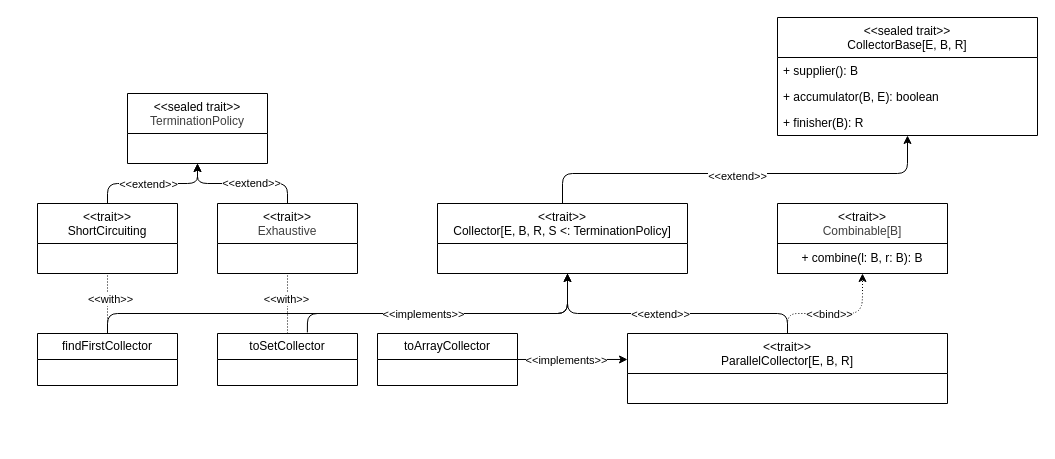
This is relazione/drawio/collector.drawio from leorm2002/stream-fusion, a draw.io file, before an edit. Source tidied: cells renumbered, new cells numbered last; positions are measured from the earlier drawing's top-left corner, leaving out a move shared by most shapes. Both pictures are drawn from the tidied source at 100%, with x=0, y=0 at pixel (37, 17).
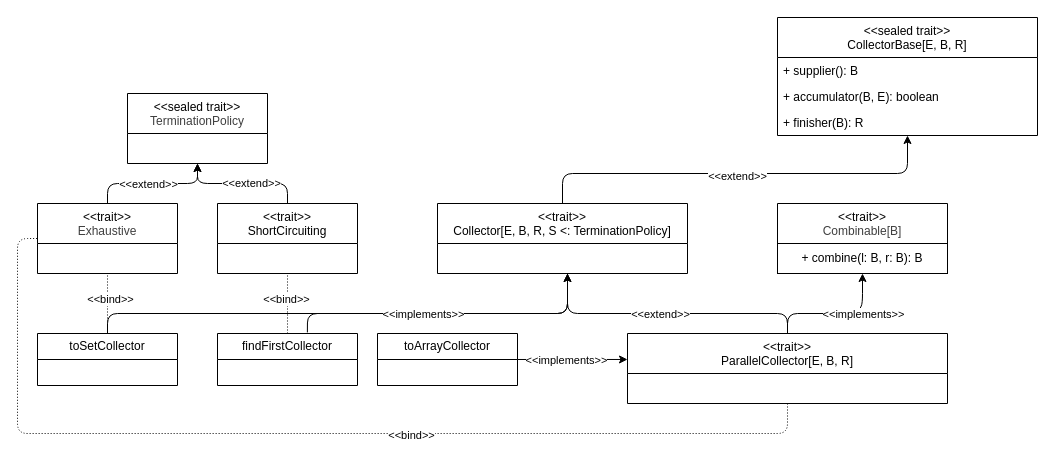
The same page after the edit.

The change refers to these unchanged cells:
```xml
<mxCell id="10" style="edgeStyle=none;html=1;endArrow=none;endFill=0;dashed=1;dashPattern=1 2;" parent="1" edge="1" source="12">
  <mxGeometry relative="1" as="geometry">
    <mxPoint x="250" y="256" as="targetPoint" />
  </mxGeometry>
</mxCell>
<mxCell id="16" style="edgeStyle=none;html=1;entryX=0.5;entryY=1;entryDx=0;entryDy=0;endArrow=none;endFill=0;dashed=1;dashPattern=1 2;" parent="1" edge="1" source="20" target="8">
  <mxGeometry relative="1" as="geometry" />
</mxCell>
<mxCell id="31" value="+ combine(l: B, r: B): B" style="whiteSpace=wrap;html=1;" parent="28" vertex="1">
  <mxGeometry y="40" width="170" height="30" as="geometry" />
</mxCell>
<mxCell id="36" value="&amp;lt;&amp;lt;trait&amp;gt;&amp;gt;&lt;br&gt;&lt;span style=&quot;color: rgb(0, 0, 0);&quot;&gt;ParallelCollector[E, B, R]&lt;/span&gt;" style="swimlane;fontStyle=0;align=center;verticalAlign=top;horizontal=1;startSize=40;html=1;whiteSpace=wrap;" parent="1" vertex="1">
  <mxGeometry x="590" y="316" width="320" height="70" as="geometry" />
</mxCell>
```

The edit, as a diff of the source:
```diff
@@
-    <mxCell id="5" value="&amp;lt;&amp;lt;trait&amp;gt;&amp;gt;&lt;br&gt;&lt;span style=&quot;color: rgb(63, 63, 63);&quot;&gt;Exhaustive&lt;/span&gt;" style="swimlane;fontStyle=0;align=center;verticalAlign=top;horizontal=1;startSize=40;html=1;whiteSpace=wrap;" parent="1" vertex="1">
+    <mxCell id="5" value="&amp;lt;&amp;lt;trait&amp;gt;&amp;gt;&lt;br&gt;&lt;span style=&quot;color: rgb(63, 63, 63);&quot;&gt;&lt;span style=&quot;color: rgb(0, 0, 0);&quot;&gt;ShortCircuiting&lt;/span&gt;&lt;/span&gt;" style="swimlane;fontStyle=0;align=center;verticalAlign=top;horizontal=1;startSize=40;html=1;whiteSpace=wrap;" parent="1" vertex="1">
       <mxGeometry x="180" y="186" width="140" height="70" as="geometry" />
     </mxCell>
@@
-    <mxCell id="8" value="&amp;lt;&amp;lt;trait&amp;gt;&amp;gt;&lt;br&gt;&lt;span style=&quot;color: rgb(0, 0, 0);&quot;&gt;ShortCircuiting&lt;/span&gt;" style="swimlane;fontStyle=0;align=center;verticalAlign=top;horizontal=1;startSize=40;html=1;whiteSpace=wrap;" parent="1" vertex="1">
+    <mxCell id="8" value="&amp;lt;&amp;lt;trait&amp;gt;&amp;gt;&lt;br&gt;&lt;span style=&quot;color: rgb(63, 63, 63);&quot;&gt;Exhaustive&lt;/span&gt;" style="swimlane;fontStyle=0;align=center;verticalAlign=top;horizontal=1;startSize=40;html=1;whiteSpace=wrap;" parent="1" vertex="1">
       <mxGeometry y="186" width="140" height="70" as="geometry" />
     </mxCell>
@@
-    <mxCell id="11" value="&amp;lt;&amp;lt;&lt;span style=&quot;color: rgb(0, 0, 0);&quot;&gt;with&lt;/span&gt;&amp;gt;&amp;gt;" style="edgeLabel;html=1;align=center;verticalAlign=middle;" parent="10" vertex="1">
+    <mxCell id="11" value="&amp;lt;&amp;lt;&lt;span style=&quot;color: rgb(0, 0, 0);&quot;&gt;bind&lt;/span&gt;&amp;gt;&amp;gt;" style="edgeLabel;html=1;align=center;verticalAlign=middle;" parent="10" vertex="1">
       <mxGeometry x="0.17" y="2" relative="1" as="geometry" />
     </mxCell>
-    <mxCell id="12" value="&lt;span style=&quot;color: rgb(0, 0, 0);&quot;&gt;toSetCollector&lt;/span&gt;" style="swimlane;fontStyle=0;horizontal=1;startSize=26;fillColor=none;whiteSpace=wrap;html=1;" parent="1" vertex="1">
+    <mxCell id="12" value="&lt;span style=&quot;color: rgb(0, 0, 0);&quot;&gt;&lt;span style=&quot;color: rgb(0, 0, 0);&quot;&gt;findFirstCollector&lt;/span&gt;&lt;/span&gt;" style="swimlane;fontStyle=0;horizontal=1;startSize=26;fillColor=none;whiteSpace=wrap;html=1;" parent="1" vertex="1">
       <mxGeometry x="180" y="316" width="140" height="52" as="geometry" />
     </mxCell>
@@
-    <mxCell id="17" value="&amp;lt;&amp;lt;with&amp;gt;&amp;gt;" style="edgeLabel;html=1;align=center;verticalAlign=middle;" parent="16" vertex="1">
+    <mxCell id="17" value="&amp;lt;&amp;lt;bind&amp;gt;&amp;gt;" style="edgeLabel;html=1;align=center;verticalAlign=middle;" parent="16" vertex="1">
       <mxGeometry x="0.16" y="-2" relative="1" as="geometry" />
     </mxCell>
@@
-    <mxCell id="20" value="findFirstCollector" style="swimlane;fontStyle=0;horizontal=1;startSize=26;fillColor=none;whiteSpace=wrap;html=1;" parent="1" vertex="1">
+    <mxCell id="20" value="&lt;span style=&quot;color: rgb(0, 0, 0);&quot;&gt;toSetCollector&lt;/span&gt;" style="swimlane;fontStyle=0;horizontal=1;startSize=26;fillColor=none;whiteSpace=wrap;html=1;" parent="1" vertex="1">
       <mxGeometry y="316" width="140" height="52" as="geometry" />
     </mxCell>
@@
-    <mxCell id="32" style="edgeStyle=none;html=1;exitX=0.5;exitY=0;exitDx=0;exitDy=0;entryX=0.5;entryY=1;entryDx=0;entryDy=0;startArrow=none;startFill=0;dashed=1;dashPattern=1 2;" parent="1" edge="1" source="36" target="31">
+    <mxCell id="32" style="edgeStyle=none;html=1;exitX=0.5;exitY=0;exitDx=0;exitDy=0;entryX=0.5;entryY=1;entryDx=0;entryDy=0;startArrow=none;startFill=0;" parent="1" edge="1" source="36" target="31">
       <mxGeometry relative="1" as="geometry">
         <Array as="points">
           <mxPoint x="750" y="296" />
           <mxPoint x="820" y="296" />
           <mxPoint x="825" y="286" />
         </Array>
       </mxGeometry>
     </mxCell>
-    <mxCell id="33" value="&lt;span style=&quot;color: rgb(0, 0, 0);&quot;&gt;&amp;lt;&amp;lt;bind&amp;gt;&amp;gt;&lt;/span&gt;" style="edgeLabel;html=1;align=center;verticalAlign=middle;" parent="32" vertex="1">
-      <mxGeometry x="-0.07" relative="1" as="geometry" />
+    <mxCell id="33" value="&amp;lt;&amp;lt;implements&amp;gt;&amp;gt;" style="edgeLabel;html=1;align=center;verticalAlign=middle;" parent="32" vertex="1">
+      <mxGeometry x="-0.07" relative="1" as="geometry">
+        <mxPoint x="34" as="offset" />
+      </mxGeometry>
     </mxCell>
@@
+    <mxCell id="37" style="edgeStyle=none;html=1;entryX=0;entryY=0.5;entryDx=0;entryDy=0;endArrow=none;endFill=0;dashed=1;dashPattern=1 2;" parent="1" edge="1" source="36" target="8">
+      <mxGeometry relative="1" as="geometry">
+        <Array as="points">
+          <mxPoint x="750" y="416" />
+          <mxPoint x="-20" y="416" />
+          <mxPoint x="-20" y="221" />
+        </Array>
+      </mxGeometry>
+    </mxCell>
+    <mxCell id="38" value="&amp;lt;&amp;lt;bind&amp;gt;&amp;gt;" style="edgeLabel;html=1;align=center;verticalAlign=middle;" parent="37" vertex="1">
+      <mxGeometry x="-0.42" y="1" relative="1" as="geometry">
+        <mxPoint x="-113" as="offset" />
+      </mxGeometry>
+    </mxCell>
```
